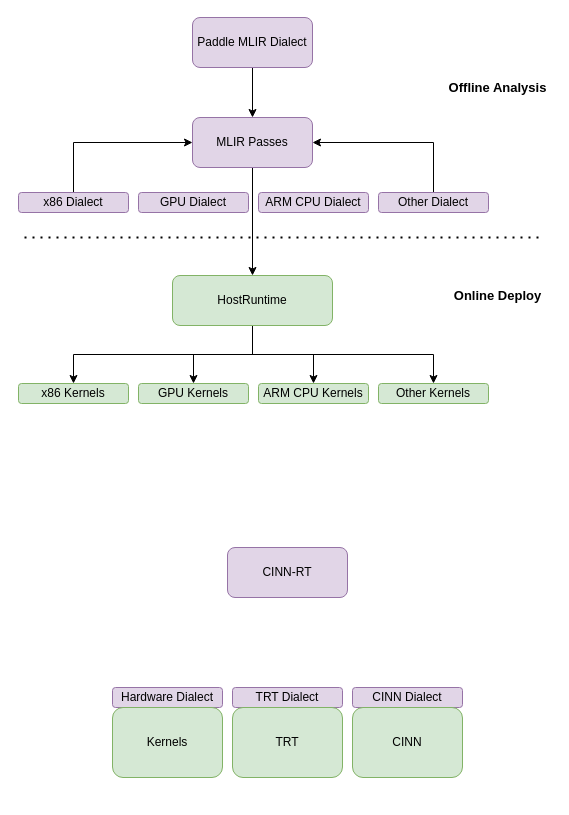
This is cinnrt-overall-ecosystem.drawio from Superjomn/_tmp_images, a draw.io file, before an edit. Source tidied: cells renumbered, new cells numbered last; positions are measured from the earlier drawing's top-left corner, leaving out a move shared by most shapes. Both pictures are drawn from the tidied source at 100%, with x=0, y=0 at pixel (18, 17).
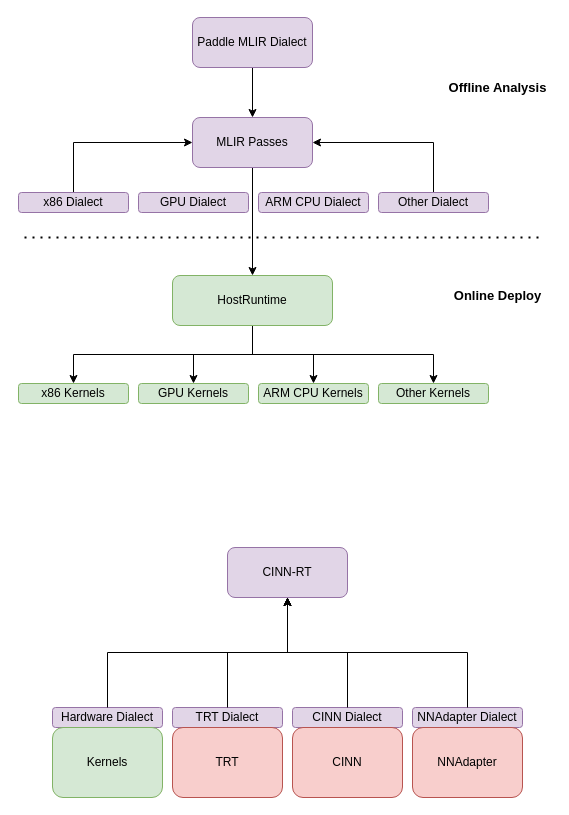
The same diagram, later.

Unchanged cells that the change refers to:
```xml
<mxCell id="16" value="CINN-RT" style="rounded=1;whiteSpace=wrap;html=1;fillColor=#e1d5e7;strokeColor=#9673a6;" parent="1" vertex="1">
  <mxGeometry x="209" y="530" width="120" height="50" as="geometry" />
</mxCell>
<mxCell id="18" value="Hardware Dialect" style="rounded=1;whiteSpace=wrap;html=1;fillColor=#e1d5e7;strokeColor=#9673a6;" parent="17" vertex="1">
  <mxGeometry width="110" height="20" as="geometry" />
</mxCell>
<mxCell id="21" value="TRT Dialect" style="rounded=1;whiteSpace=wrap;html=1;fillColor=#e1d5e7;strokeColor=#9673a6;" parent="20" vertex="1">
  <mxGeometry width="110" height="20" as="geometry" />
</mxCell>
<mxCell id="24" value="CINN Dialect" style="rounded=1;whiteSpace=wrap;html=1;fillColor=#e1d5e7;strokeColor=#9673a6;" parent="23" vertex="1">
  <mxGeometry width="110" height="20" as="geometry" />
</mxCell>
```

Diff of the diagram source:
```diff
@@
     <mxCell id="17" style="group;" parent="1" vertex="1">
-      <mxGeometry x="94" y="670" width="110" height="90" as="geometry" />
+      <mxGeometry x="34" y="690" width="110" height="90" as="geometry" />
     </mxCell>
@@
     <mxCell id="20" style="group;" parent="1" vertex="1">
-      <mxGeometry x="214" y="670" width="110" height="90" as="geometry" />
+      <mxGeometry x="154" y="690" width="110" height="90" as="geometry" />
     </mxCell>
@@
-    <mxCell id="22" value="TRT" style="rounded=1;whiteSpace=wrap;html=1;fillColor=#d5e8d4;strokeColor=#82b366;" parent="20" vertex="1">
+    <mxCell id="22" value="TRT" style="rounded=1;whiteSpace=wrap;html=1;fillColor=#f8cecc;strokeColor=#b85450;" parent="20" vertex="1">
       <mxGeometry y="20" width="110" height="70" as="geometry" />
     </mxCell>
     <mxCell id="23" style="group;" parent="1" vertex="1">
-      <mxGeometry x="334" y="670" width="110" height="90" as="geometry" />
+      <mxGeometry x="274" y="690" width="110" height="90" as="geometry" />
     </mxCell>
@@
-    <mxCell id="25" value="CINN" style="rounded=1;whiteSpace=wrap;html=1;fillColor=#d5e8d4;strokeColor=#82b366;" parent="23" vertex="1">
+    <mxCell id="25" value="CINN" style="rounded=1;whiteSpace=wrap;html=1;fillColor=#f8cecc;strokeColor=#b85450;" parent="23" vertex="1">
       <mxGeometry y="20" width="110" height="70" as="geometry" />
     </mxCell>
@@
+    <mxCell id="36" style="group;" parent="1" vertex="1">
+      <mxGeometry x="394" y="690" width="110" height="90" as="geometry" />
+    </mxCell>
+    <mxCell id="37" value="NNAdapter Dialect" style="rounded=1;whiteSpace=wrap;html=1;fillColor=#e1d5e7;strokeColor=#9673a6;" parent="36" vertex="1">
+      <mxGeometry width="110" height="20" as="geometry" />
+    </mxCell>
+    <mxCell id="38" value="NNAdapter" style="rounded=1;whiteSpace=wrap;html=1;fillColor=#f8cecc;strokeColor=#b85450;" parent="36" vertex="1">
+      <mxGeometry y="20" width="110" height="70" as="geometry" />
+    </mxCell>
+    <mxCell id="39" style="edgeStyle=orthogonalEdgeStyle;rounded=0;jettySize=auto;html=1;exitX=0.5;exitY=0;exitDx=0;exitDy=0;fontSize=13;" parent="1" edge="1" source="18" target="16">
+      <mxGeometry relative="1" as="geometry" />
+    </mxCell>
+    <mxCell id="40" style="edgeStyle=orthogonalEdgeStyle;rounded=0;jettySize=auto;html=1;exitX=0.5;exitY=0;exitDx=0;exitDy=0;entryX=0.5;entryY=1;entryDx=0;entryDy=0;fontSize=13;" parent="1" edge="1" source="21" target="16">
+      <mxGeometry relative="1" as="geometry" />
+    </mxCell>
+    <mxCell id="41" style="edgeStyle=orthogonalEdgeStyle;rounded=0;jettySize=auto;html=1;exitX=0.5;exitY=0;exitDx=0;exitDy=0;entryX=0.5;entryY=1;entryDx=0;entryDy=0;fontSize=13;" parent="1" edge="1" source="24" target="16">
+      <mxGeometry relative="1" as="geometry" />
+    </mxCell>
+    <mxCell id="42" style="edgeStyle=orthogonalEdgeStyle;rounded=0;jettySize=auto;html=1;exitX=0.5;exitY=0;exitDx=0;exitDy=0;entryX=0.5;entryY=1;entryDx=0;entryDy=0;fontSize=13;" parent="1" edge="1" source="37" target="16">
+      <mxGeometry relative="1" as="geometry" />
+    </mxCell>
```
